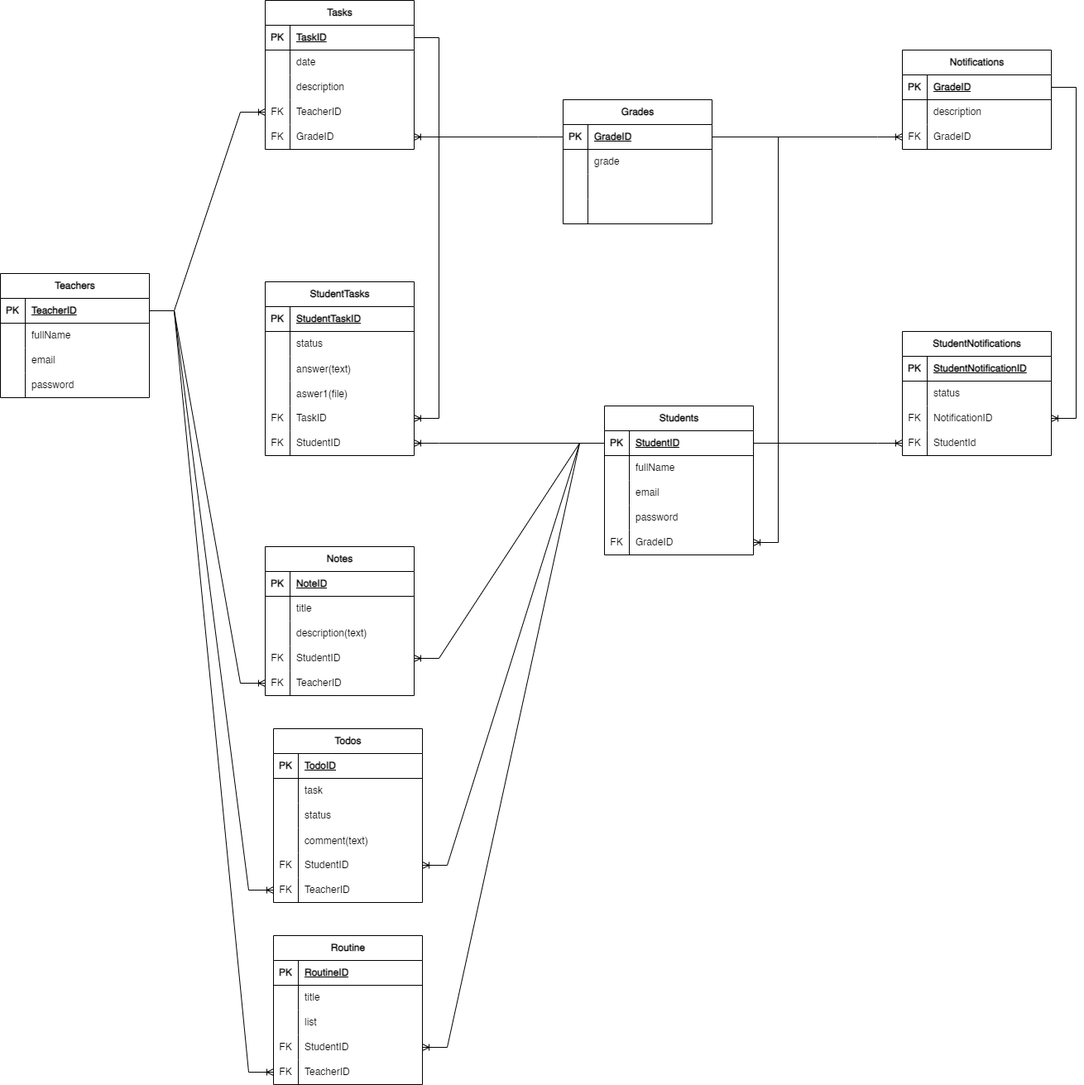
code4space/technical-test-asiaquest keeps this draw.io diagram as Stool-server/ERD.png. Above is the earlier version. Source tidied: cells renumbered, new cells last; positions are measured from the earlier drawing's top-left corner, leaving out a move shared by most shapes.
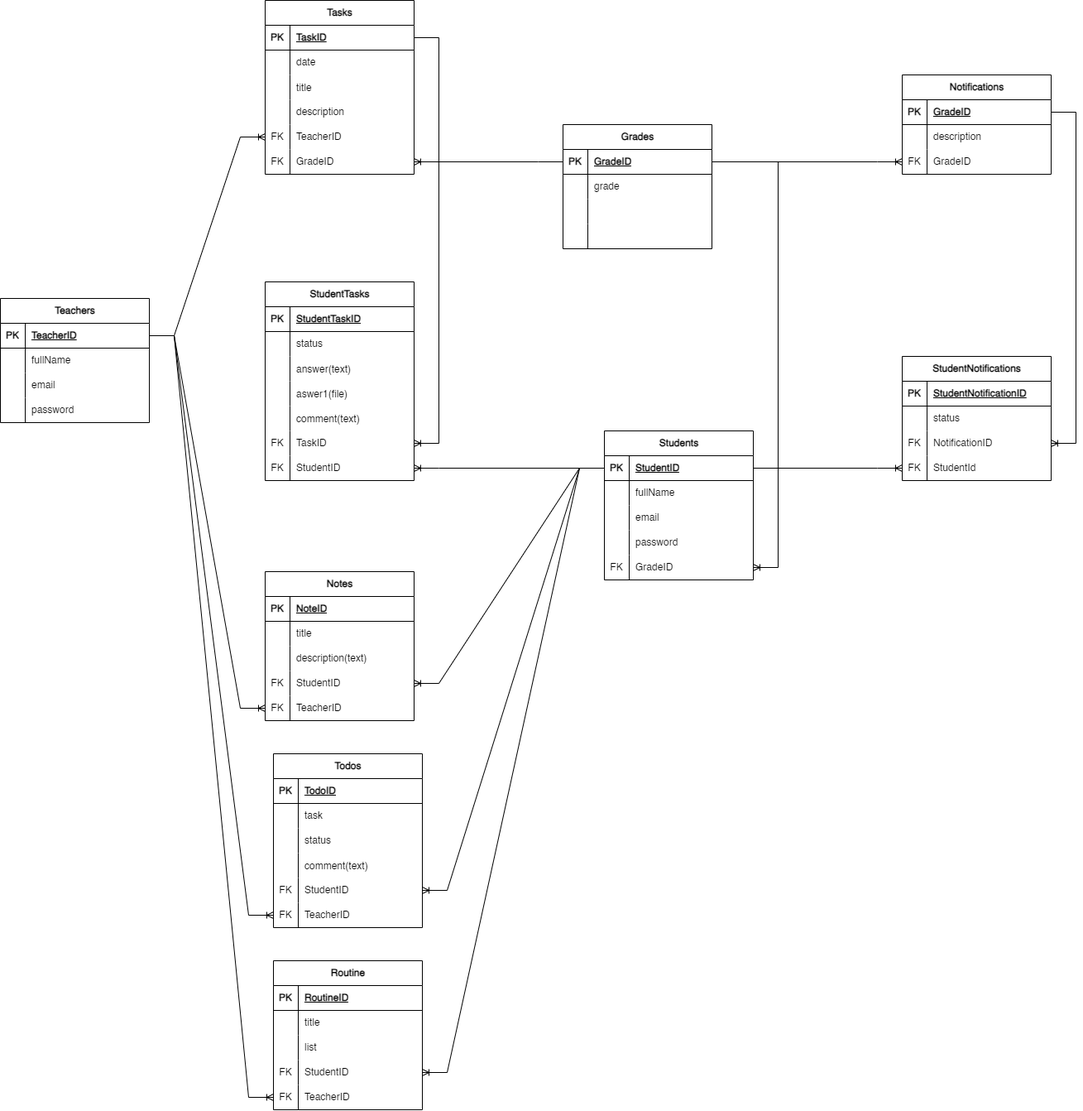
After the change.

Diff of the diagram source:
```diff
@@ -90,7 +90,7 @@
       <mxGeometry x="30" width="150" height="30" as="geometry" />
     </mxCell>
     <mxCell id="31" value="Tasks" style="shape=table;startSize=30;rowLines=0;fontStyle=1;align=center;html=1;" parent="1" vertex="1">
-      <mxGeometry x="320" width="180" height="180" as="geometry" />
+      <mxGeometry x="320" y="-30" width="180" height="210" as="geometry" />
     </mxCell>
     <mxCell id="32" style="shape=tableRow;horizontal=0;startSize=0;swimlaneHead=0;swimlaneBody=0;fillColor=none;points=[[0,0.5],[1,0.5]];portConstraint=eastwest;top=0;left=0;right=0;bottom=1;" parent="31" vertex="1">
       <mxGeometry y="30" width="180" height="30" as="geometry" />
@@ -110,8 +110,17 @@
     <mxCell id="37" value="date" style="shape=partialRectangle;fillColor=none;top=0;left=0;bottom=0;right=0;align=left;spacingLeft=6;overflow=hidden;whiteSpace=wrap;html=1;" parent="35" vertex="1">
       <mxGeometry x="30" width="150" height="30" as="geometry" />
     </mxCell>
+    <mxCell id="167" style="shape=tableRow;horizontal=0;startSize=0;swimlaneHead=0;swimlaneBody=0;fillColor=none;top=0;left=0;right=0;bottom=0;" parent="31" vertex="1">
+      <mxGeometry y="90" width="180" height="30" as="geometry" />
+    </mxCell>
+    <mxCell id="168" style="shape=partialRectangle;fillColor=none;top=0;left=0;bottom=0;right=0;overflow=hidden;" parent="167" vertex="1">
+      <mxGeometry width="30" height="30" as="geometry" />
+    </mxCell>
+    <mxCell id="169" value="title" style="shape=partialRectangle;fillColor=none;top=0;left=0;bottom=0;right=0;align=left;spacingLeft=6;overflow=hidden;" parent="167" vertex="1">
+      <mxGeometry x="30" width="150" height="30" as="geometry" />
+    </mxCell>
     <mxCell id="38" style="shape=tableRow;horizontal=0;startSize=0;swimlaneHead=0;swimlaneBody=0;fillColor=none;top=0;left=0;right=0;bottom=0;" parent="31" vertex="1">
-      <mxGeometry y="90" width="180" height="30" as="geometry" />
+      <mxGeometry y="120" width="180" height="30" as="geometry" />
     </mxCell>
     <mxCell id="39" style="shape=partialRectangle;fillColor=none;top=0;left=0;bottom=0;right=0;overflow=hidden;whiteSpace=wrap;html=1;" parent="38" vertex="1">
       <mxGeometry width="30" height="30" as="geometry" />
@@ -120,7 +129,7 @@
       <mxGeometry x="30" width="150" height="30" as="geometry" />
     </mxCell>
     <mxCell id="41" style="shape=tableRow;horizontal=0;startSize=0;swimlaneHead=0;swimlaneBody=0;fillColor=none;points=[[0,0.5],[1,0.5]];portConstraint=eastwest;top=0;left=0;right=0;bottom=0;" parent="31" vertex="1">
-      <mxGeometry y="120" width="180" height="30" as="geometry" />
+      <mxGeometry y="150" width="180" height="30" as="geometry" />
     </mxCell>
     <mxCell id="42" value="FK" style="shape=partialRectangle;fillColor=none;top=0;left=0;bottom=0;right=0;fontStyle=0;overflow=hidden;whiteSpace=wrap;html=1;" parent="41" vertex="1">
       <mxGeometry width="30" height="30" as="geometry" />
@@ -129,7 +138,7 @@
       <mxGeometry x="30" width="150" height="30" as="geometry" />
     </mxCell>
     <mxCell id="44" style="shape=tableRow;horizontal=0;startSize=0;swimlaneHead=0;swimlaneBody=0;fillColor=none;points=[[0,0.5],[1,0.5]];portConstraint=eastwest;top=0;left=0;right=0;bottom=0;" parent="31" vertex="1">
-      <mxGeometry y="150" width="180" height="30" as="geometry" />
+      <mxGeometry y="180" width="180" height="30" as="geometry" />
     </mxCell>
     <mxCell id="45" value="FK" style="shape=partialRectangle;fillColor=none;top=0;left=0;bottom=0;right=0;fontStyle=0;overflow=hidden;whiteSpace=wrap;html=1;" parent="44" vertex="1">
       <mxGeometry width="30" height="30" as="geometry" />
@@ -177,7 +186,7 @@
       <mxGeometry x="30" width="150" height="30" as="geometry" />
     </mxCell>
     <mxCell id="60" value="StudentTasks" style="shape=table;startSize=30;rowLines=0;fontStyle=1;align=center;html=1;" parent="1" vertex="1">
-      <mxGeometry x="320" y="340" width="180" height="210" as="geometry" />
+      <mxGeometry x="320" y="310" width="180" height="240" as="geometry" />
     </mxCell>
     <mxCell id="61" style="shape=tableRow;horizontal=0;startSize=0;swimlaneHead=0;swimlaneBody=0;fillColor=none;top=0;left=0;right=0;bottom=1;" parent="60" vertex="1">
       <mxGeometry y="30" width="180" height="30" as="geometry" />
@@ -215,8 +224,17 @@
     <mxCell id="72" value="aswer1(file)" style="shape=partialRectangle;fillColor=none;top=0;left=0;bottom=0;right=0;align=left;spacingLeft=6;overflow=hidden;" parent="70" vertex="1">
       <mxGeometry x="30" width="150" height="30" as="geometry" />
     </mxCell>
+    <mxCell id="170" style="shape=tableRow;horizontal=0;startSize=0;swimlaneHead=0;swimlaneBody=0;fillColor=none;top=0;left=0;right=0;bottom=0;" parent="60" vertex="1">
+      <mxGeometry y="150" width="180" height="30" as="geometry" />
+    </mxCell>
+    <mxCell id="171" style="shape=partialRectangle;fillColor=none;top=0;left=0;bottom=0;right=0;overflow=hidden;" parent="170" vertex="1">
+      <mxGeometry width="30" height="30" as="geometry" />
+    </mxCell>
+    <mxCell id="172" value="comment(text)" style="shape=partialRectangle;fillColor=none;top=0;left=0;bottom=0;right=0;align=left;spacingLeft=6;overflow=hidden;" parent="170" vertex="1">
+      <mxGeometry x="30" width="150" height="30" as="geometry" />
+    </mxCell>
     <mxCell id="73" style="shape=tableRow;horizontal=0;startSize=0;swimlaneHead=0;swimlaneBody=0;fillColor=none;points=[[0,0.5],[1,0.5]];portConstraint=eastwest;top=0;left=0;right=0;bottom=0;" parent="60" vertex="1">
-      <mxGeometry y="150" width="180" height="30" as="geometry" />
+      <mxGeometry y="180" width="180" height="30" as="geometry" />
     </mxCell>
     <mxCell id="74" value="FK" style="shape=partialRectangle;fillColor=none;top=0;left=0;bottom=0;right=0;fontStyle=0;overflow=hidden;whiteSpace=wrap;html=1;" parent="73" vertex="1">
       <mxGeometry width="30" height="30" as="geometry" />
@@ -225,7 +243,7 @@
       <mxGeometry x="30" width="150" height="30" as="geometry" />
     </mxCell>
     <mxCell id="76" style="shape=tableRow;horizontal=0;startSize=0;swimlaneHead=0;swimlaneBody=0;fillColor=none;points=[[0,0.5],[1,0.5]];portConstraint=eastwest;top=0;left=0;right=0;bottom=0;" parent="60" vertex="1">
-      <mxGeometry y="180" width="180" height="30" as="geometry" />
+      <mxGeometry y="210" width="180" height="30" as="geometry" />
     </mxCell>
     <mxCell id="77" value="FK" style="shape=partialRectangle;fillColor=none;top=0;left=0;bottom=0;right=0;fontStyle=0;overflow=hidden;whiteSpace=wrap;html=1;" parent="76" vertex="1">
       <mxGeometry width="30" height="30" as="geometry" />
```
